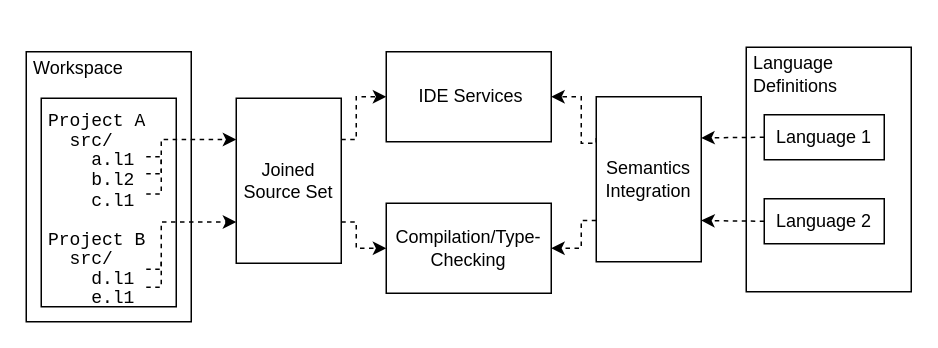
Above: page "EDE Vision" (11 of 12) of Spoofax3 Diagrams.drawio in AZWN/Spoofax-pie-diagrams (draw.io), before the change. Source tidied: cells renumbered, new cells numbered last; positions are measured from the earlier drawing's top-left corner, leaving out a move shared by most shapes. Both pictures are drawn from the tidied source at 150%, with x=0, y=0 at pixel (26, 46).
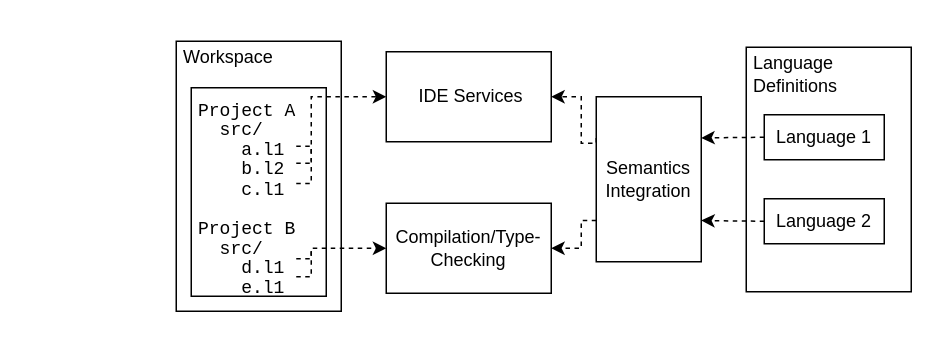
The same page after the edit.

Commit message (it also covers changes not shown here):
Remove source sets

The change refers to these unchanged cells:
```xml
<mxCell id="9" value="&amp;nbsp;IDE Services" style="rounded=0;whiteSpace=wrap;html=1;strokeColor=#000000;" parent="1" vertex="1">
  <mxGeometry x="240" y="3" width="110" height="60" as="geometry" />
</mxCell>
<mxCell id="10" value="Compilation/Type-Checking" style="rounded=0;whiteSpace=wrap;html=1;strokeColor=#000000;" parent="1" vertex="1">
  <mxGeometry x="240" y="104" width="110" height="60" as="geometry" />
</mxCell>
```

Diff of the diagram source:
```diff
@@
     <mxCell id="2" value="&lt;br&gt;&lt;div&gt;Workspace&lt;/div&gt;" style="text;html=1;fillColor=none;spacing=5;spacingTop=-20;whiteSpace=wrap;overflow=hidden;rounded=0;strokeColor=#000000;" parent="1" vertex="1">
-      <mxGeometry y="3" width="110" height="180" as="geometry" />
+      <mxGeometry x="100" y="-4" width="110" height="180" as="geometry" />
     </mxCell>
@@
     <mxCell id="4" value="&lt;p style=&quot;line-height: 0%&quot;&gt;&lt;font face=&quot;Courier New&quot;&gt;&lt;br&gt;&lt;/font&gt;&lt;/p&gt;&lt;p style=&quot;line-height: 0%&quot;&gt;&lt;font face=&quot;Courier New&quot;&gt;Project A&lt;/font&gt;&lt;/p&gt;&lt;p style=&quot;line-height: 0%&quot;&gt;&lt;font face=&quot;Courier New&quot;&gt;&amp;nbsp; src/&lt;/font&gt;&lt;/p&gt;&lt;p style=&quot;line-height: 0%&quot;&gt;&lt;font face=&quot;Courier New&quot;&gt;&amp;nbsp;&amp;nbsp;&amp;nbsp; a.l1&lt;/font&gt;&lt;/p&gt;&lt;p style=&quot;line-height: 0%&quot;&gt;&lt;font face=&quot;Courier New&quot;&gt;&amp;nbsp;&amp;nbsp;&amp;nbsp; b.l2&lt;/font&gt;&lt;/p&gt;&lt;p style=&quot;line-height: 0%&quot;&gt;&lt;font face=&quot;Courier New&quot;&gt;&lt;br&gt;&amp;nbsp;&amp;nbsp;&amp;nbsp; c.l1&lt;/font&gt;&lt;/p&gt;&lt;p style=&quot;line-height: 0%&quot;&gt;&lt;font face=&quot;Courier New&quot;&gt;&lt;br&gt;&lt;/font&gt;&lt;/p&gt;&lt;p style=&quot;line-height: 0%&quot;&gt;&lt;font face=&quot;Courier New&quot;&gt;Project B&lt;/font&gt;&lt;/p&gt;&lt;p style=&quot;line-height: 0%&quot;&gt;&lt;font face=&quot;Courier New&quot;&gt;&amp;nbsp; src/&lt;/font&gt;&lt;/p&gt;&lt;p style=&quot;line-height: 0%&quot;&gt;&lt;font face=&quot;Courier New&quot;&gt;&amp;nbsp;&amp;nbsp;&amp;nbsp; d.l1&lt;/font&gt;&lt;/p&gt;&lt;p style=&quot;line-height: 0%&quot;&gt;&lt;font face=&quot;Courier New&quot;&gt;&amp;nbsp;&amp;nbsp;&amp;nbsp; e.l1&lt;/font&gt;&lt;/p&gt;" style="text;html=1;fillColor=none;spacing=5;spacingTop=-20;whiteSpace=wrap;overflow=hidden;rounded=0;strokeColor=#000000;" parent="1" vertex="1">
-      <mxGeometry x="10" y="34" width="90" height="139" as="geometry" />
+      <mxGeometry x="110" y="27" width="90" height="139" as="geometry" />
     </mxCell>
@@
-    <mxCell id="14" style="edgeStyle=orthogonalEdgeStyle;rounded=0;jumpStyle=arc;jettySize=auto;html=1;exitX=1;exitY=0.75;exitDx=0;exitDy=0;entryX=0;entryY=0.5;entryDx=0;entryDy=0;dashed=1;" parent="1" edge="1" source="16" target="10">
-      <mxGeometry relative="1" as="geometry">
-        <Array as="points">
-          <mxPoint x="220" y="117" />
-          <mxPoint x="220" y="134" />
-        </Array>
-      </mxGeometry>
-    </mxCell>
-    <mxCell id="15" style="edgeStyle=orthogonalEdgeStyle;rounded=0;jumpStyle=arc;jettySize=auto;html=1;exitX=1;exitY=0.25;exitDx=0;exitDy=0;entryX=0;entryY=0.5;entryDx=0;entryDy=0;dashed=1;" parent="1" edge="1" source="16" target="9">
-      <mxGeometry relative="1" as="geometry">
-        <Array as="points">
-          <mxPoint x="220" y="62" />
-          <mxPoint x="220" y="33" />
-        </Array>
-      </mxGeometry>
-    </mxCell>
-    <mxCell id="16" value="Joined Source Set" style="rounded=0;whiteSpace=wrap;html=1;strokeColor=#000000;" parent="1" vertex="1">
-      <mxGeometry x="140" y="34" width="70" height="110" as="geometry" />
-    </mxCell>
-    <mxCell id="17" style="endArrow=classic;html=1;dashed=1;entryX=0;entryY=0.25;entryDx=0;entryDy=0;edgeStyle=orthogonalEdgeStyle;rounded=0;" parent="1" edge="1" target="16">
+    <mxCell id="17" style="endArrow=classic;html=1;dashed=1;entryX=0;entryY=0.5;entryDx=0;entryDy=0;edgeStyle=orthogonalEdgeStyle;rounded=0;" parent="1" edge="1" target="9">
       <mxGeometry relative="1" as="geometry">
-        <mxPoint x="80" y="97.9" as="sourcePoint" />
+        <mxPoint x="180" y="90.9" as="sourcePoint" />
         <Array as="points">
-          <mxPoint x="90" y="98" />
-          <mxPoint x="90" y="61" />
-          <mxPoint x="140" y="61" />
+          <mxPoint x="190" y="91" />
+          <mxPoint x="190" y="33" />
         </Array>
       </mxGeometry>
     </mxCell>
     <mxCell id="18" style="endArrow=none;dashed=1;html=1;edgeStyle=orthogonalEdgeStyle;rounded=0;" parent="1" edge="1">
       <mxGeometry relative="1" as="geometry">
-        <mxPoint x="80" y="73" as="sourcePoint" />
-        <mxPoint x="90" y="83" as="targetPoint" />
+        <mxPoint x="180" y="66" as="sourcePoint" />
+        <mxPoint x="190" y="76" as="targetPoint" />
       </mxGeometry>
     </mxCell>
-    <mxCell id="19" style="endArrow=classic;html=1;dashed=1;edgeStyle=orthogonalEdgeStyle;rounded=0;entryX=0;entryY=0.75;entryDx=0;entryDy=0;" parent="1" edge="1" target="16">
+    <mxCell id="19" style="endArrow=classic;html=1;dashed=1;edgeStyle=orthogonalEdgeStyle;rounded=0;entryX=0;entryY=0.5;entryDx=0;entryDy=0;" parent="1" edge="1" target="10">
       <mxGeometry relative="1" as="geometry">
-        <mxPoint x="80" y="148" as="sourcePoint" />
+        <mxPoint x="180" y="141" as="sourcePoint" />
         <Array as="points">
-          <mxPoint x="90" y="148" />
-          <mxPoint x="90" y="116" />
-          <mxPoint x="140" y="116" />
+          <mxPoint x="190" y="141" />
+          <mxPoint x="190" y="134" />
         </Array>
       </mxGeometry>
     </mxCell>
     <mxCell id="20" style="endArrow=none;dashed=1;html=1;edgeStyle=orthogonalEdgeStyle;rounded=0;" parent="1" edge="1">
       <mxGeometry relative="1" as="geometry">
-        <mxPoint x="80" y="160" as="sourcePoint" />
-        <mxPoint x="90" y="143" as="targetPoint" />
+        <mxPoint x="180" y="153" as="sourcePoint" />
+        <mxPoint x="190" y="136" as="targetPoint" />
       </mxGeometry>
     </mxCell>
     <mxCell id="21" style="endArrow=none;dashed=1;html=1;" parent="1" edge="1">
       <mxGeometry relative="1" as="geometry">
-        <mxPoint x="80" y="84.3" as="sourcePoint" />
-        <mxPoint x="90" y="84.3" as="targetPoint" />
+        <mxPoint x="180" y="77.3" as="sourcePoint" />
+        <mxPoint x="190" y="77.3" as="targetPoint" />
       </mxGeometry>
     </mxCell>
```
